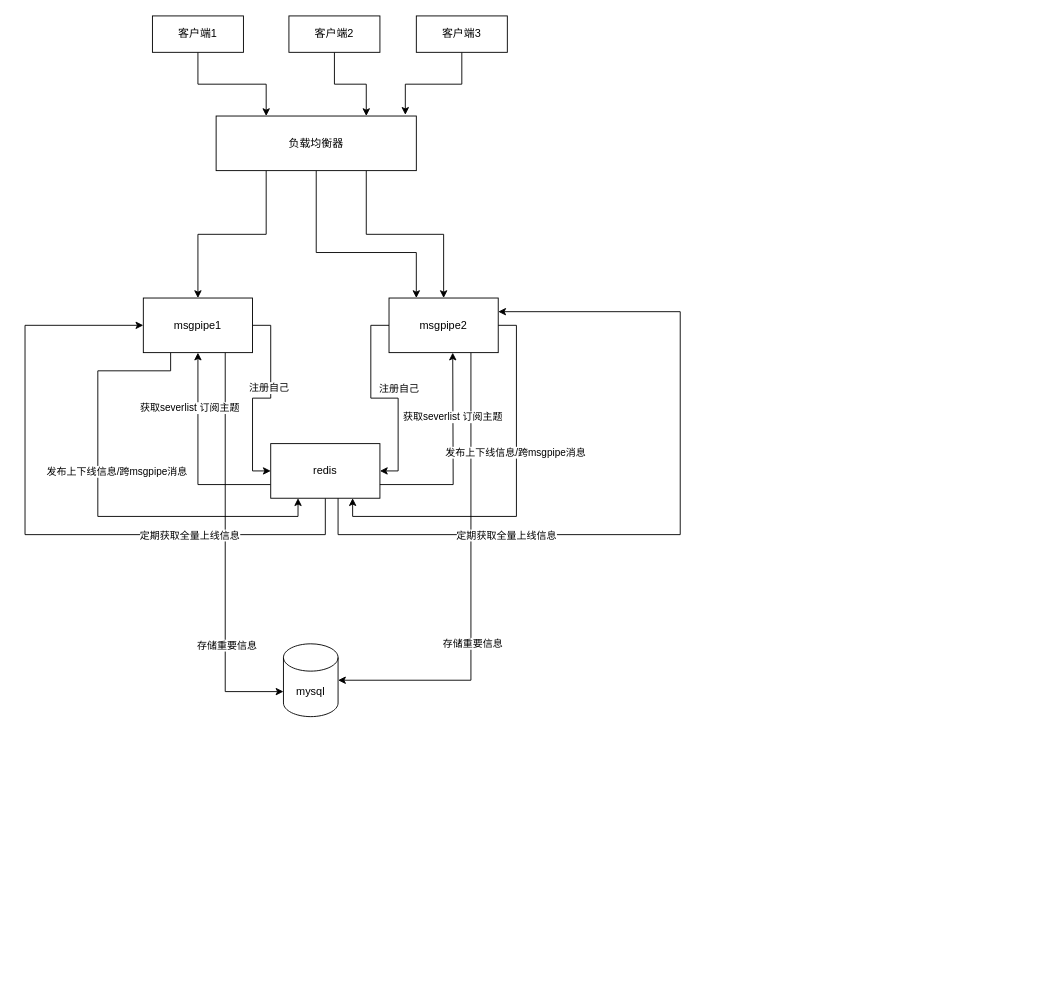
Earlier version of the draw.io diagram Untitled Diagram.drawio (cba5119/hehe). Source tidied: cells renumbered, new cells numbered last; positions are measured from the earlier drawing's top-left corner, leaving out a move shared by most shapes. Both pictures are drawn from the tidied source at 91%, with x=0, y=0 at pixel (25, 15).
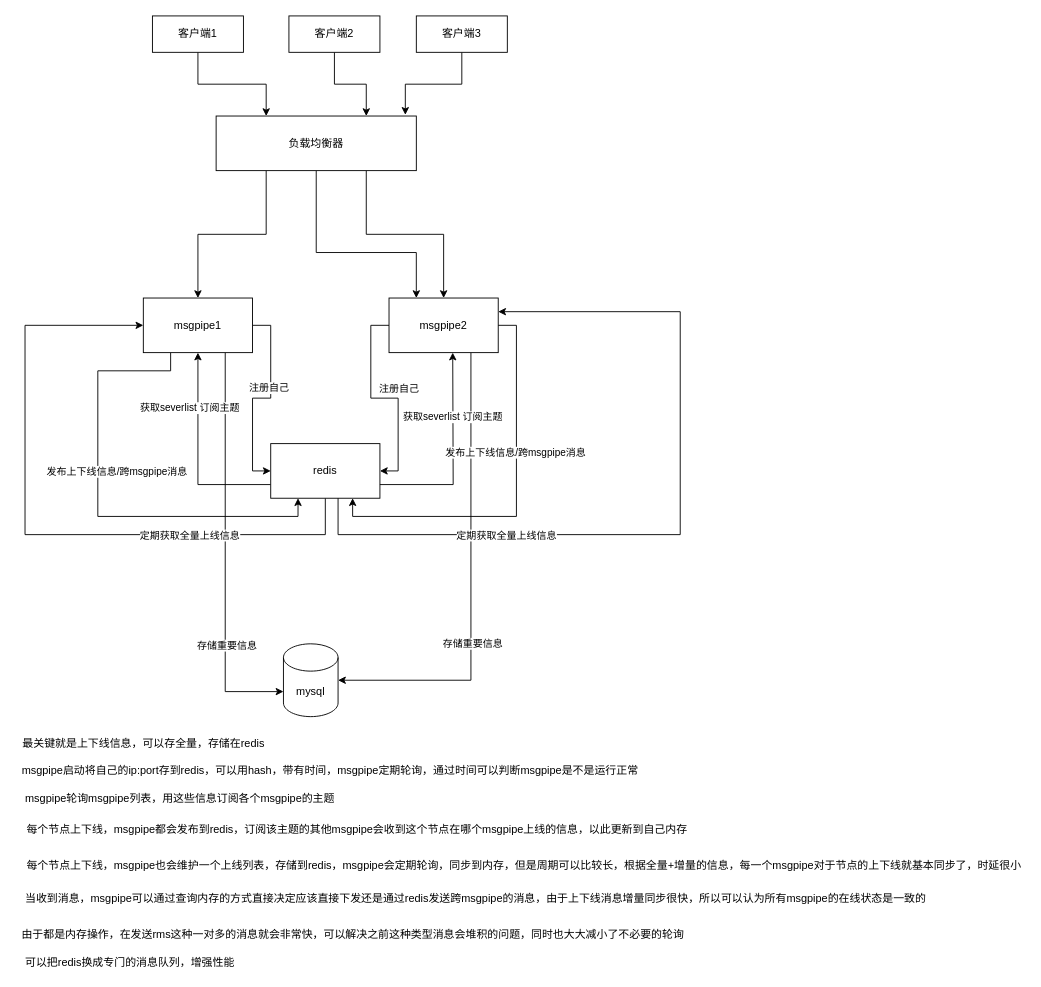
After the change.

The edit, as a diff of the source:
```diff
@@
+    <mxCell id="37" value="最关键就是上下线信息，可以存全量，存储在redis" style="text;html=1;align=center;verticalAlign=middle;strokeColor=none;" parent="1" vertex="1">
+      <mxGeometry x="-10" y="790" width="280" height="20" as="geometry" />
+    </mxCell>
+    <mxCell id="38" value="msgpipe启动将自己的ip:port存到redis，可以用hash，带有时间，msgpipe定期轮询，通过时间可以判断msgpipe是不是运行正常" style="text;html=1;align=center;verticalAlign=middle;strokeColor=none;" parent="1" vertex="1">
+      <mxGeometry x="-10" y="820" width="690" height="20" as="geometry" />
+    </mxCell>
+    <mxCell id="39" value="msgpipe轮询msgpipe列表，用这些信息订阅各个msgpipe的主题" style="text;html=1;align=center;verticalAlign=middle;strokeColor=none;" parent="1" vertex="1">
+      <mxGeometry x="-10" y="850" width="360" height="20" as="geometry" />
+    </mxCell>
+    <mxCell id="40" value="&lt;div style=&quot;text-align: center&quot;&gt;&lt;span&gt;&lt;font face=&quot;helvetica&quot;&gt;每个节点上下线，msgpipe都会发布到redis，订阅该主题的其他msgpipe会收到这个节点在哪个msgpipe上线的信息，以此更新到自己内存&lt;/font&gt;&lt;/span&gt;&lt;/div&gt;" style="text;whiteSpace=wrap;html=1;" parent="1" vertex="1">
+      <mxGeometry y="880" width="840" height="30" as="geometry" />
+    </mxCell>
+    <mxCell id="41" value="&lt;div style=&quot;text-align: center&quot;&gt;&lt;span&gt;&lt;font face=&quot;helvetica&quot;&gt;每个节点上下线，msgpipe也会维护一个上线列表，存储到redis，msgpipe会定期轮询，同步到内存，但是周期可以比较长，根据全量+增量的信息，每一个msgpipe对于节点的上下线就基本同步了，时延很小&lt;/font&gt;&lt;/span&gt;&lt;/div&gt;" style="text;whiteSpace=wrap;html=1;" parent="1" vertex="1">
+      <mxGeometry y="920" width="1100" height="30" as="geometry" />
+    </mxCell>
+    <mxCell id="42" value="当收到消息，msgpipe可以通过查询内存的方式直接决定应该直接下发还是通过redis发送跨msgpipe的消息，由于上下线消息增量同步很快，所以可以认为所有msgpipe的在线状态是一致的" style="text;html=1;align=center;verticalAlign=middle;strokeColor=none;" parent="1" vertex="1">
+      <mxGeometry x="-10" y="960" width="1010" height="20" as="geometry" />
+    </mxCell>
+    <mxCell id="43" value="由于都是内存操作，在发送rms这种一对多的消息就会非常快，可以解决之前这种类型消息会堆积的问题，同时也大大减小了不必要的轮询" style="text;html=1;align=center;verticalAlign=middle;strokeColor=none;" parent="1" vertex="1">
+      <mxGeometry x="-10" y="1000" width="740" height="20" as="geometry" />
+    </mxCell>
+    <mxCell id="44" value="可以把redis换成专门的消息队列，增强性能" style="text;html=1;align=center;verticalAlign=middle;strokeColor=none;" parent="1" vertex="1">
+      <mxGeometry x="-10" y="1030" width="250" height="20" as="geometry" />
+    </mxCell>
```
